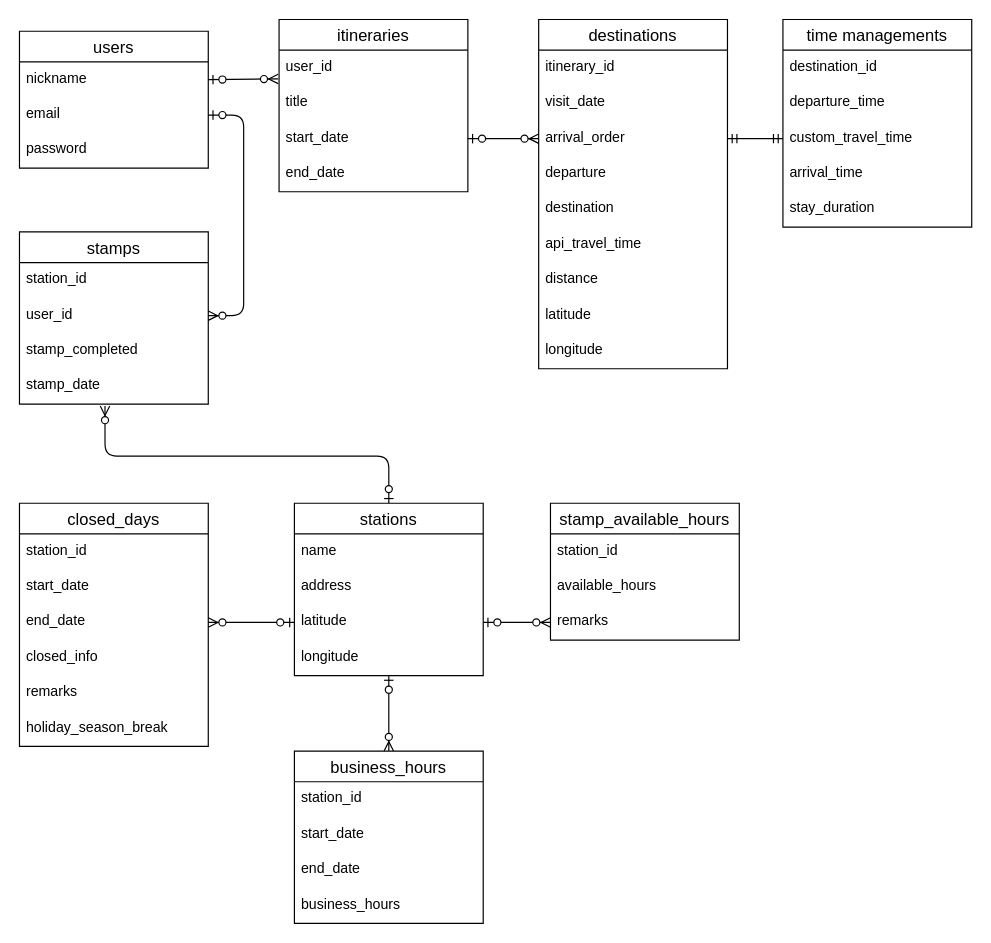
prokoninaritai/ho_car_do_plan keeps this draw.io diagram as er.dio. Above is the earlier version. Source tidied: cells renumbered, new cells numbered last; positions are measured from the earlier drawing's top-left corner, leaving out a move shared by most shapes. Both pictures are drawn from the tidied source at 118%, with x=0, y=0 at pixel (19, 19).
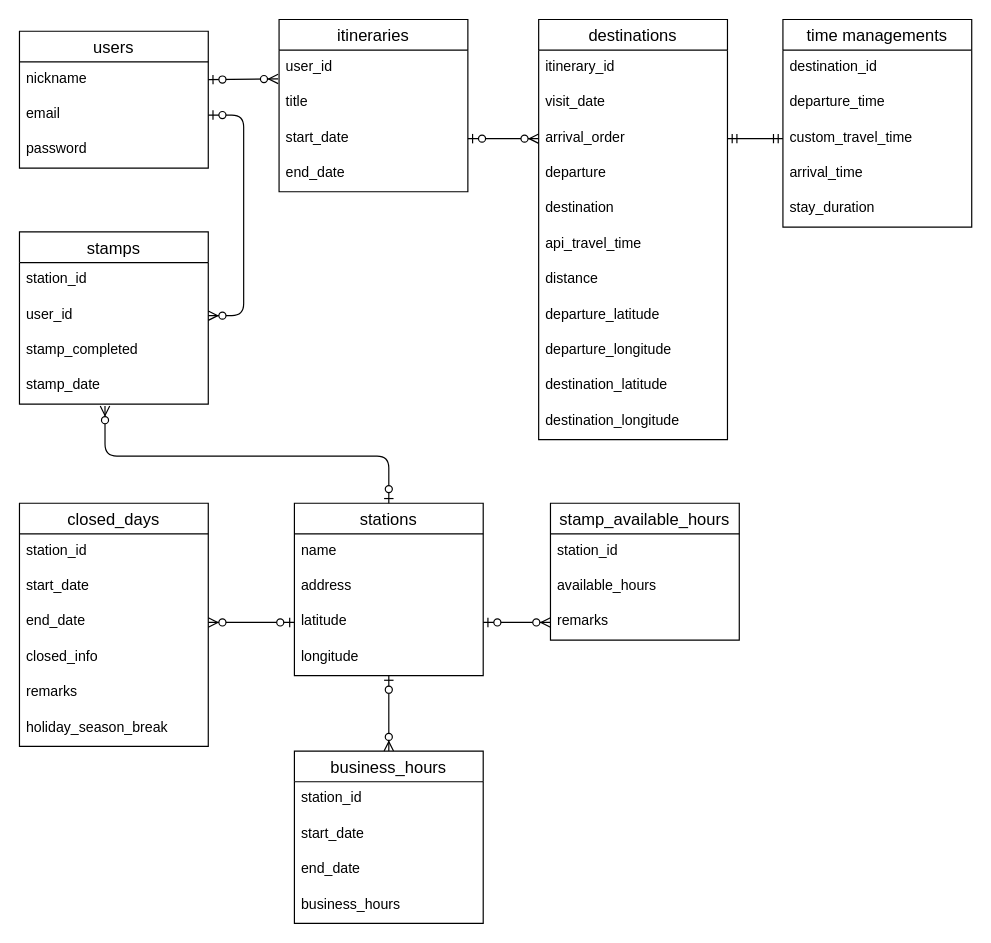
After the change.

Diff of the diagram source:
```diff
@@
     <mxCell id="22" value="destinations" style="swimlane;fontStyle=0;horizontal=1;startSize=26;align=center;fontSize=14;" parent="1" vertex="1">
-      <mxGeometry x="440" width="160" height="296" as="geometry" />
+      <mxGeometry x="440" width="160" height="356" as="geometry" />
     </mxCell>
@@
-    <mxCell id="30" value="latitude" style="text;strokeColor=none;fillColor=none;spacingLeft=4;spacingRight=4;overflow=hidden;fontSize=12;" parent="22" vertex="1">
+    <mxCell id="30" value="departure_latitude" style="text;strokeColor=none;fillColor=none;spacingLeft=4;spacingRight=4;overflow=hidden;fontSize=12;" parent="22" vertex="1">
       <mxGeometry y="236" width="160" height="30" as="geometry" />
     </mxCell>
+    <mxCell id="61" value="departure_longitude" style="text;strokeColor=none;fillColor=none;spacingLeft=4;spacingRight=4;overflow=hidden;fontSize=12;" parent="22" vertex="1">
+      <mxGeometry y="266" width="160" height="30" as="geometry" />
+    </mxCell>
+    <mxCell id="62" value="destination_latitude" style="text;strokeColor=none;fillColor=none;spacingLeft=4;spacingRight=4;overflow=hidden;fontSize=12;" parent="22" vertex="1">
+      <mxGeometry y="296" width="160" height="30" as="geometry" />
+    </mxCell>
-    <mxCell id="31" value="longitude" style="text;strokeColor=none;fillColor=none;spacingLeft=4;spacingRight=4;overflow=hidden;fontSize=12;" parent="22" vertex="1">
-      <mxGeometry y="266" width="160" height="30" as="geometry" />
+    <mxCell id="31" value="destination_longitude" style="text;strokeColor=none;fillColor=none;spacingLeft=4;spacingRight=4;overflow=hidden;fontSize=12;" parent="22" vertex="1">
+      <mxGeometry y="326" width="160" height="30" as="geometry" />
     </mxCell>
```
